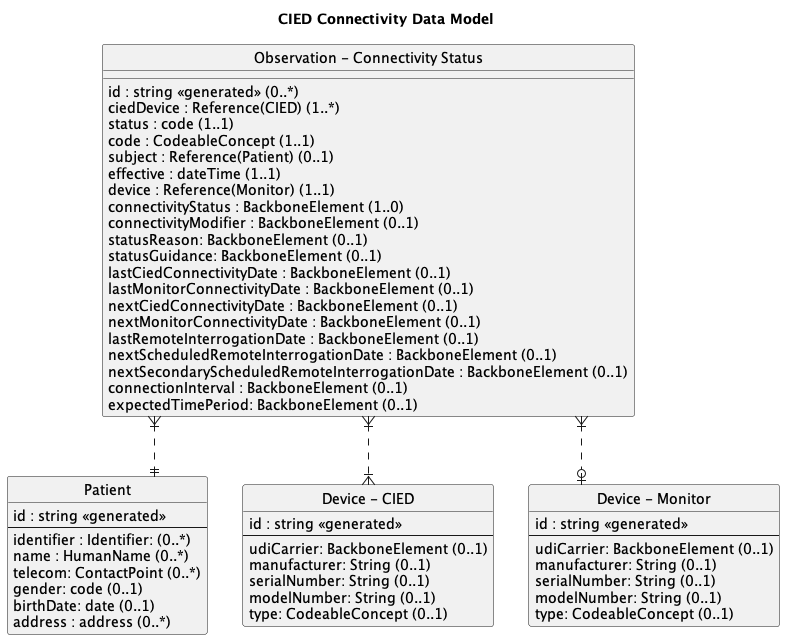
Earlier version of the PlantUML export input/images/data-model1.png (HL7/CardX-CIED).
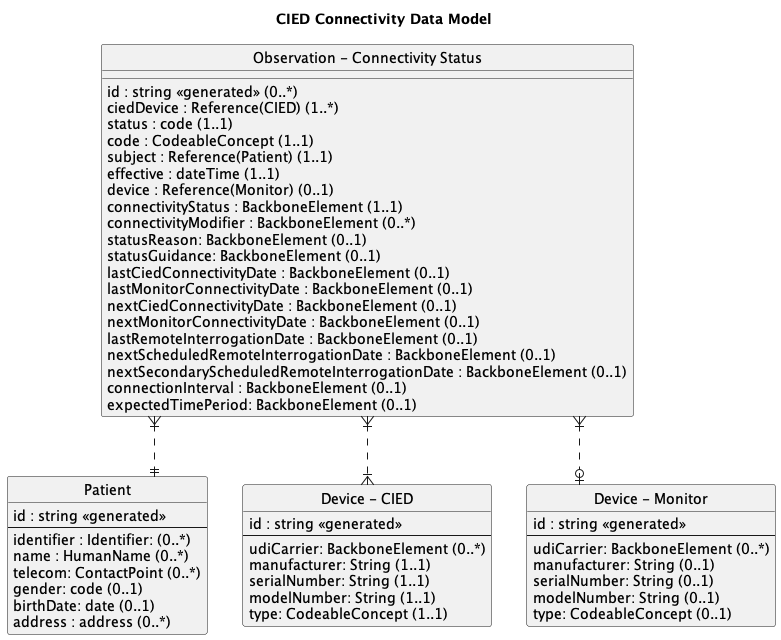
After the commit.

Diff of the diagram source:
```diff
@@ -19,17 +19,17 @@
 entity "Device - CIED" as cied {
   id : string <<generated>>
   --
-  udiCarrier: BackboneElement (0..1)
-  manufacturer: String (0..1)
-  serialNumber: String (0..1)
-  modelNumber: String (0..1)
-  type: CodeableConcept (0..1)
+  udiCarrier: BackboneElement (0..*)
+  manufacturer: String (1..1)
+  serialNumber: String (1..1)
+  modelNumber: String (1..1)
+  type: CodeableConcept (1..1)
 }
 
 entity "Device - Monitor" as monitor {
   id : string <<generated>>
   --
-  udiCarrier: BackboneElement (0..1)
+  udiCarrier: BackboneElement (0..*)
   manufacturer: String (0..1)
   serialNumber: String (0..1)
   modelNumber: String (0..1)
@@ -41,11 +41,11 @@
     ciedDevice : Reference(CIED) (1..*)
     status : code (1..1)
     code : CodeableConcept (1..1)
-    subject : Reference(Patient) (0..1)
+    subject : Reference(Patient) (1..1)
     effective : dateTime (1..1)
-    device : Reference(Monitor) (1..1)
-    connectivityStatus : BackboneElement (1..0)
-    connectivityModifier : BackboneElement (0..1)
+    device : Reference(Monitor) (0..1)
+    connectivityStatus : BackboneElement (1..1)
+    connectivityModifier : BackboneElement (0..*)
     statusReason: BackboneElement (0..1)
     statusGuidance: BackboneElement (0..1)
     lastCiedConnectivityDate : BackboneElement (0..1)
```
